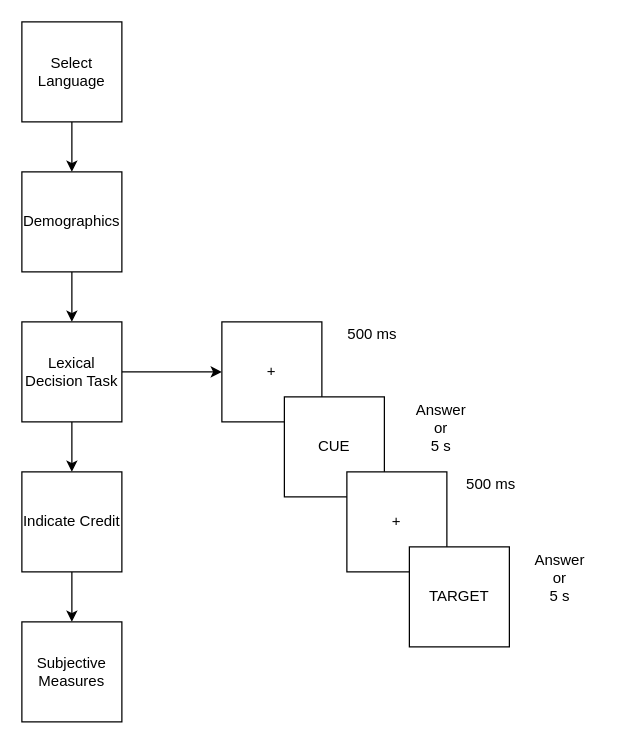
Above: 04_Procedure/example/procedure_flowchart.drawio in SemanticPriming/SPAML (draw.io), before the change. Source tidied: cells renumbered, new cells numbered last; positions are measured from the earlier drawing's top-left corner, leaving out a move shared by most shapes. Both pictures are drawn from the tidied source at 125%, with x=0, y=0 at pixel (21, 21).
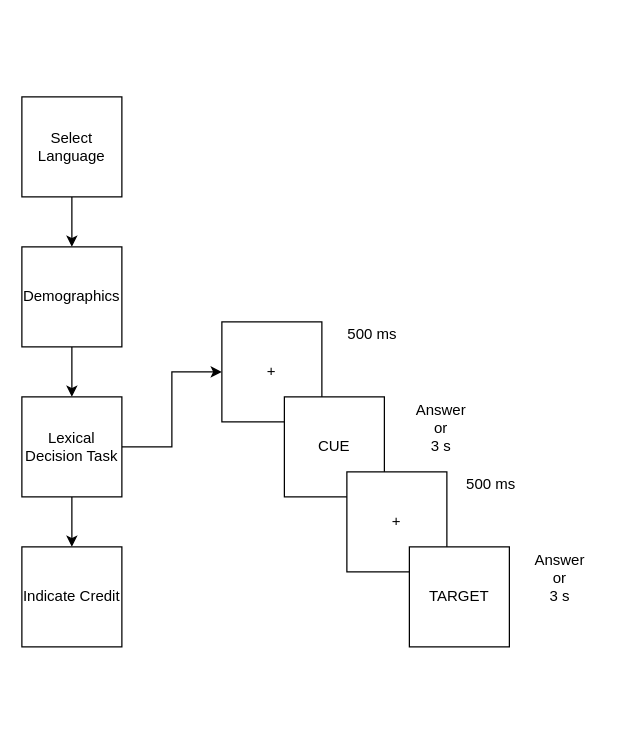
The same page after the edit.

What changed in the source:
```diff
@@
 <mxGraphModel>
   <root>
     <mxCell id="0" />
     <mxCell id="1" parent="0" />
     <mxCell id="2" style="edgeStyle=orthogonalEdgeStyle;rounded=0;jettySize=auto;html=1;" parent="1" edge="1" source="3" target="5">
       <mxGeometry relative="1" as="geometry" />
     </mxCell>
     <mxCell id="3" value="Select Language" style="whiteSpace=wrap;html=1;" parent="1" vertex="1">
-      <mxGeometry width="80" height="80" as="geometry" />
+      <mxGeometry y="60" width="80" height="80" as="geometry" />
     </mxCell>
     <mxCell id="4" style="edgeStyle=orthogonalEdgeStyle;rounded=0;jettySize=auto;html=1;" parent="1" edge="1" source="5" target="8">
       <mxGeometry relative="1" as="geometry" />
     </mxCell>
     <mxCell id="5" value="Demographics" style="whiteSpace=wrap;html=1;" parent="1" vertex="1">
-      <mxGeometry y="120" width="80" height="80" as="geometry" />
+      <mxGeometry y="180" width="80" height="80" as="geometry" />
     </mxCell>
     <mxCell id="6" style="edgeStyle=orthogonalEdgeStyle;rounded=0;jettySize=auto;html=1;" parent="1" edge="1" source="8" target="9">
       <mxGeometry relative="1" as="geometry" />
     </mxCell>
     <mxCell id="7" style="edgeStyle=orthogonalEdgeStyle;rounded=0;jettySize=auto;html=1;" parent="1" edge="1" source="8" target="18">
       <mxGeometry relative="1" as="geometry" />
     </mxCell>
     <mxCell id="8" value="Lexical Decision Task" style="whiteSpace=wrap;html=1;" parent="1" vertex="1">
-      <mxGeometry y="240" width="80" height="80" as="geometry" />
+      <mxGeometry y="300" width="80" height="80" as="geometry" />
     </mxCell>
     <mxCell id="9" value="+" style="whiteSpace=wrap;html=1;" parent="1" vertex="1">
       <mxGeometry x="160" y="240" width="80" height="80" as="geometry" />
     </mxCell>
     <mxCell id="10" value="CUE" style="whiteSpace=wrap;html=1;" parent="1" vertex="1">
       <mxGeometry x="210" y="300" width="80" height="80" as="geometry" />
     </mxCell>
     <mxCell id="11" value="500 ms" style="text;html=1;align=center;verticalAlign=middle;strokeColor=none;fillColor=none;" parent="1" vertex="1">
       <mxGeometry x="255" y="240" width="50" height="20" as="geometry" />
     </mxCell>
-    <mxCell id="12" value="Answer&lt;br&gt;or&lt;br&gt;5 s" style="text;html=1;align=center;verticalAlign=middle;strokeColor=none;fillColor=none;" parent="1" vertex="1">
+    <mxCell id="12" value="Answer&lt;br&gt;or&lt;br&gt;3 s" style="text;html=1;align=center;verticalAlign=middle;strokeColor=none;fillColor=none;" parent="1" vertex="1">
       <mxGeometry x="305" y="300" width="60" height="50" as="geometry" />
     </mxCell>
     <mxCell id="13" value="+" style="whiteSpace=wrap;html=1;" parent="1" vertex="1">
       <mxGeometry x="260" y="360" width="80" height="80" as="geometry" />
     </mxCell>
     <mxCell id="14" value="TARGET" style="whiteSpace=wrap;html=1;" parent="1" vertex="1">
       <mxGeometry x="310" y="420" width="80" height="80" as="geometry" />
     </mxCell>
     <mxCell id="15" value="500 ms" style="text;html=1;align=center;verticalAlign=middle;strokeColor=none;fillColor=none;" parent="1" vertex="1">
       <mxGeometry x="350" y="360" width="50" height="20" as="geometry" />
     </mxCell>
-    <mxCell id="16" value="Answer&lt;br&gt;or&lt;br&gt;5 s" style="text;html=1;align=center;verticalAlign=middle;strokeColor=none;fillColor=none;" parent="1" vertex="1">
+    <mxCell id="16" value="Answer&lt;br&gt;or&lt;br&gt;3 s" style="text;html=1;align=center;verticalAlign=middle;strokeColor=none;fillColor=none;" parent="1" vertex="1">
       <mxGeometry x="400" y="420" width="60" height="50" as="geometry" />
     </mxCell>
-    <mxCell id="17" style="edgeStyle=orthogonalEdgeStyle;rounded=0;jettySize=auto;html=1;" parent="1" edge="1" source="18" target="19">
-      <mxGeometry relative="1" as="geometry" />
-    </mxCell>
     <mxCell id="18" value="Indicate Credit" style="whiteSpace=wrap;html=1;" parent="1" vertex="1">
-      <mxGeometry y="360" width="80" height="80" as="geometry" />
+      <mxGeometry y="420" width="80" height="80" as="geometry" />
     </mxCell>
-    <mxCell id="19" value="Subjective&lt;br&gt;Measures" style="whiteSpace=wrap;html=1;" parent="1" vertex="1">
-      <mxGeometry y="480" width="80" height="80" as="geometry" />
-    </mxCell>
   </root>
 </mxGraphModel>
```
